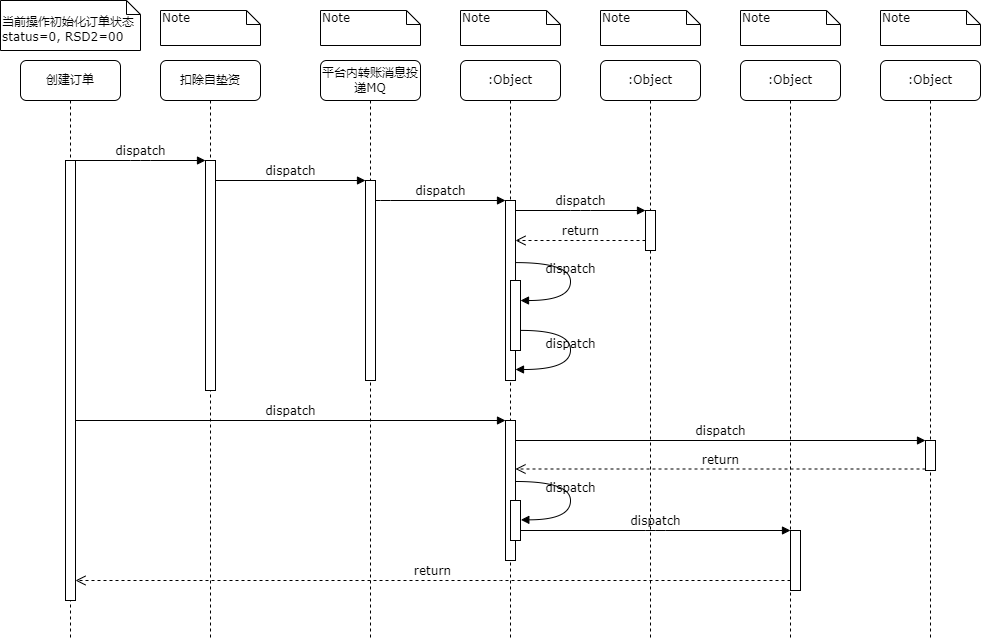
Earlier version of the draw.io export 厦门银行订单状态RSD_2.png (songyibo2019/mydiagrams). Source tidied: cells renumbered, new cells last; positions are measured from the earlier drawing's top-left corner, leaving out a move shared by most shapes.
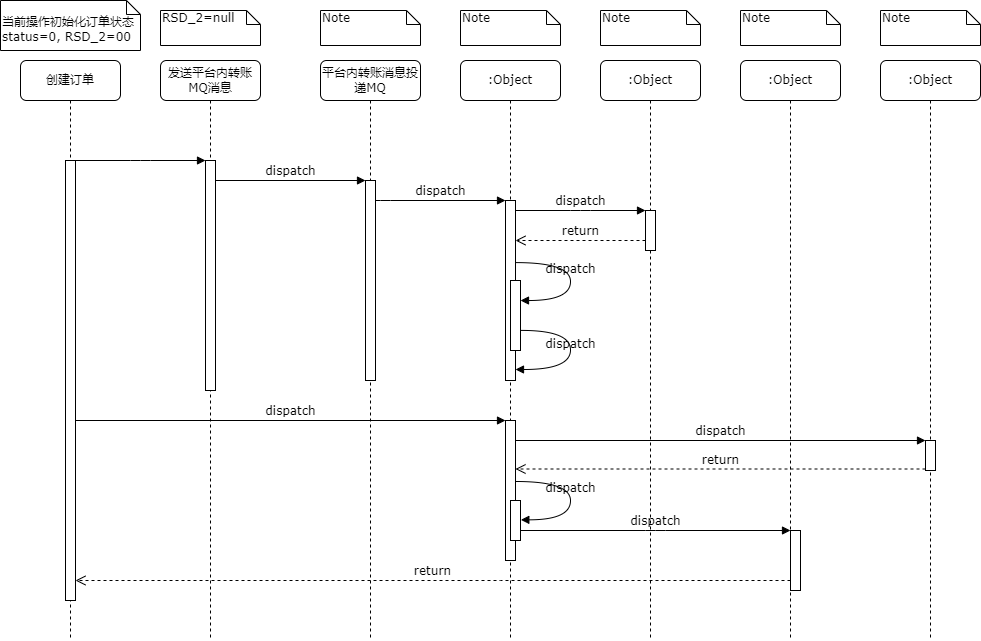
Later version of the same file.

Commit message:
Update 厦门银行订单状态RSD_2.png

Diff of the diagram source:
```diff
@@ -2,7 +2,7 @@
   <root>
     <mxCell id="0" />
     <mxCell id="1" parent="0" />
-    <mxCell id="2" value="扣除自垫资" style="shape=umlLifeline;perimeter=lifelinePerimeter;whiteSpace=wrap;html=1;rounded=1;shadow=0;comic=0;labelBackgroundColor=none;strokeWidth=1;fontFamily=Verdana;fontSize=12;align=center;" parent="1" vertex="1">
+    <mxCell id="2" value="发送平台内转账MQ消息" style="shape=umlLifeline;perimeter=lifelinePerimeter;whiteSpace=wrap;html=1;rounded=1;shadow=0;comic=0;labelBackgroundColor=none;strokeWidth=1;fontFamily=Verdana;fontSize=12;align=center;" parent="1" vertex="1">
       <mxGeometry x="160" y="60" width="100" height="580" as="geometry" />
     </mxCell>
     <mxCell id="3" style="html=1;points=[];perimeter=orthogonalPerimeter;rounded=0;shadow=0;comic=0;labelBackgroundColor=none;strokeWidth=1;fontFamily=Verdana;fontSize=12;align=center;" parent="2" vertex="1">
@@ -84,7 +84,7 @@
         </Array>
       </mxGeometry>
     </mxCell>
-    <mxCell id="25" value="dispatch" style="html=1;verticalAlign=bottom;endArrow=block;entryX=0;entryY=0;labelBackgroundColor=none;fontFamily=Verdana;fontSize=12;edgeStyle=elbowEdgeStyle;elbow=vertical;" parent="1" edge="1" source="11" target="3">
+    <mxCell id="25" style="html=1;verticalAlign=bottom;endArrow=block;entryX=0;entryY=0;labelBackgroundColor=none;fontFamily=Verdana;fontSize=12;edgeStyle=elbowEdgeStyle;elbow=vertical;" parent="1" edge="1" source="11" target="3">
       <mxGeometry relative="1" as="geometry" />
     </mxCell>
     <mxCell id="26" value="dispatch" style="html=1;verticalAlign=bottom;endArrow=block;entryX=0;entryY=0;labelBackgroundColor=none;fontFamily=Verdana;fontSize=12;edgeStyle=elbowEdgeStyle;elbow=vertical;" parent="1" edge="1" source="3" target="5">
@@ -123,10 +123,10 @@
         </Array>
       </mxGeometry>
     </mxCell>
-    <mxCell id="32" value="&lt;br&gt;当前操作初始化订单状态status=0, RSD2=00" style="shape=note;whiteSpace=wrap;html=1;size=14;verticalAlign=top;align=left;spacingTop=-6;rounded=0;shadow=0;comic=0;labelBackgroundColor=none;strokeWidth=1;fontFamily=Verdana;fontSize=12;" parent="1" vertex="1">
+    <mxCell id="32" value="&lt;br&gt;当前操作初始化订单状态status=0, RSD_2=00" style="shape=note;whiteSpace=wrap;html=1;size=14;verticalAlign=top;align=left;spacingTop=-6;rounded=0;shadow=0;comic=0;labelBackgroundColor=none;strokeWidth=1;fontFamily=Verdana;fontSize=12;" parent="1" vertex="1">
       <mxGeometry width="140" height="50" as="geometry" />
     </mxCell>
-    <mxCell id="33" value="Note" style="shape=note;whiteSpace=wrap;html=1;size=14;verticalAlign=top;align=left;spacingTop=-6;rounded=0;shadow=0;comic=0;labelBackgroundColor=none;strokeWidth=1;fontFamily=Verdana;fontSize=12;" parent="1" vertex="1">
+    <mxCell id="33" value="RSD_2=null" style="shape=note;whiteSpace=wrap;html=1;size=14;verticalAlign=top;align=left;spacingTop=-6;rounded=0;shadow=0;comic=0;labelBackgroundColor=none;strokeWidth=1;fontFamily=Verdana;fontSize=12;" parent="1" vertex="1">
       <mxGeometry x="160" y="10" width="100" height="35" as="geometry" />
     </mxCell>
     <mxCell id="34" value="Note" style="shape=note;whiteSpace=wrap;html=1;size=14;verticalAlign=top;align=left;spacingTop=-6;rounded=0;shadow=0;comic=0;labelBackgroundColor=none;strokeWidth=1;fontFamily=Verdana;fontSize=12;" parent="1" vertex="1">
```
